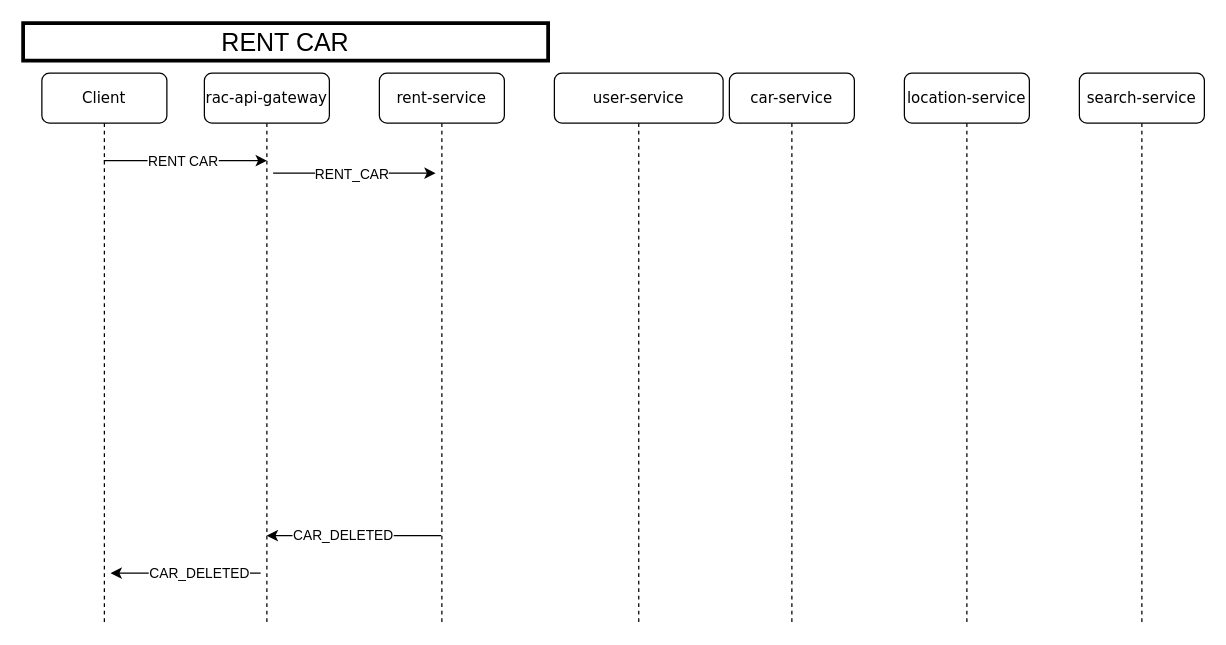
Earlier version of the draw.io diagram page "Rent" (3 of 3) of docs/c4/sagas.drawio (maciejgz/rac). Source tidied: cells renumbered, new cells numbered last; positions are measured from the earlier drawing's top-left corner, leaving out a move shared by most shapes. Both pictures are drawn from the tidied source at 125%, with x=0, y=0 at pixel (22, 22).
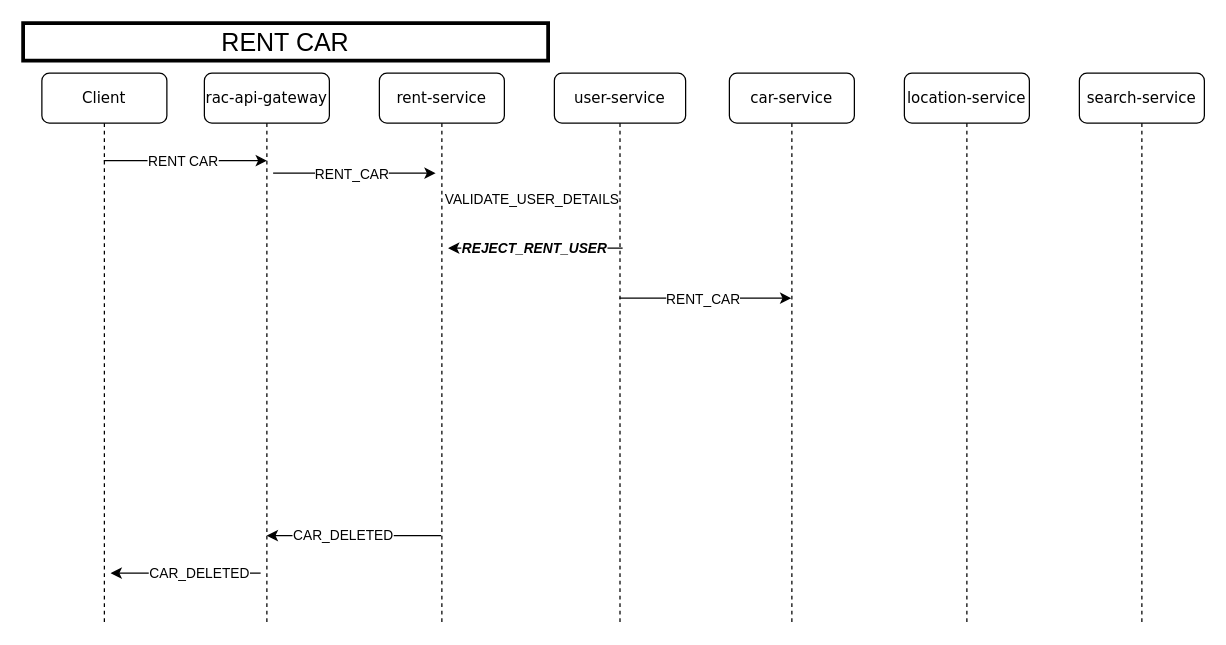
The same page after the edit.

Commit message:
#7 rent service

The change refers to these unchanged cells:
```xml
<mxCell id="2" value="rent-service" style="shape=umlLifeline;perimeter=lifelinePerimeter;whiteSpace=wrap;html=1;rounded=1;shadow=0;comic=0;labelBackgroundColor=none;strokeWidth=1;fontFamily=Verdana;fontSize=12;align=center;" parent="1" vertex="1">
  <mxGeometry x="285" y="40" width="100" height="440" as="geometry" />
</mxCell>
```

Diff of the diagram source:
```diff
@@
+    <mxCell id="18" style="endArrow=classic;html=1;rounded=0;" parent="2" edge="1" target="5">
+      <mxGeometry relative="1" as="geometry">
+        <mxPoint x="55" y="100" as="sourcePoint" />
+      </mxGeometry>
+    </mxCell>
+    <mxCell id="19" value="VALIDATE_USER_DETAILS" style="edgeLabel;html=1;align=center;verticalAlign=middle;" parent="18" vertex="1">
+      <mxGeometry x="-0.04" relative="1" as="geometry" />
+    </mxCell>
     <mxCell id="5" value="user-service" style="shape=umlLifeline;perimeter=lifelinePerimeter;whiteSpace=wrap;html=1;outlineConnect=0;rounded=1;shadow=0;comic=0;labelBackgroundColor=none;strokeWidth=1;fontFamily=Verdana;fontSize=12;align=center;" parent="1" vertex="1">
-      <mxGeometry x="425" y="40" width="135" height="440" as="geometry" />
+      <mxGeometry x="425" y="40" width="105" height="440" as="geometry" />
     </mxCell>
@@
+    <mxCell id="20" style="endArrow=classic;html=1;rounded=0;" parent="5" edge="1">
+      <mxGeometry relative="1" as="geometry">
+        <mxPoint x="52" y="180" as="sourcePoint" />
+        <mxPoint x="189.5" y="180" as="targetPoint" />
+      </mxGeometry>
+    </mxCell>
+    <mxCell id="21" value="RENT_CAR" style="edgeLabel;html=1;align=center;verticalAlign=middle;" parent="20" vertex="1">
+      <mxGeometry x="-0.04" relative="1" as="geometry" />
+    </mxCell>
+    <mxCell id="22" style="endArrow=classic;html=1;rounded=0;" parent="5" edge="1">
+      <mxGeometry relative="1" as="geometry">
+        <mxPoint x="54.6" y="140" as="sourcePoint" />
+        <mxPoint x="-85" y="140" as="targetPoint" />
+      </mxGeometry>
+    </mxCell>
+    <mxCell id="23" value="&lt;b&gt;&lt;i&gt;REJECT_RENT_USER&lt;/i&gt;&lt;/b&gt;" style="edgeLabel;html=1;align=center;verticalAlign=middle;" parent="22" vertex="1">
+      <mxGeometry x="0.14" y="-1" relative="1" as="geometry">
+        <mxPoint x="9" as="offset" />
+      </mxGeometry>
+    </mxCell>
```
